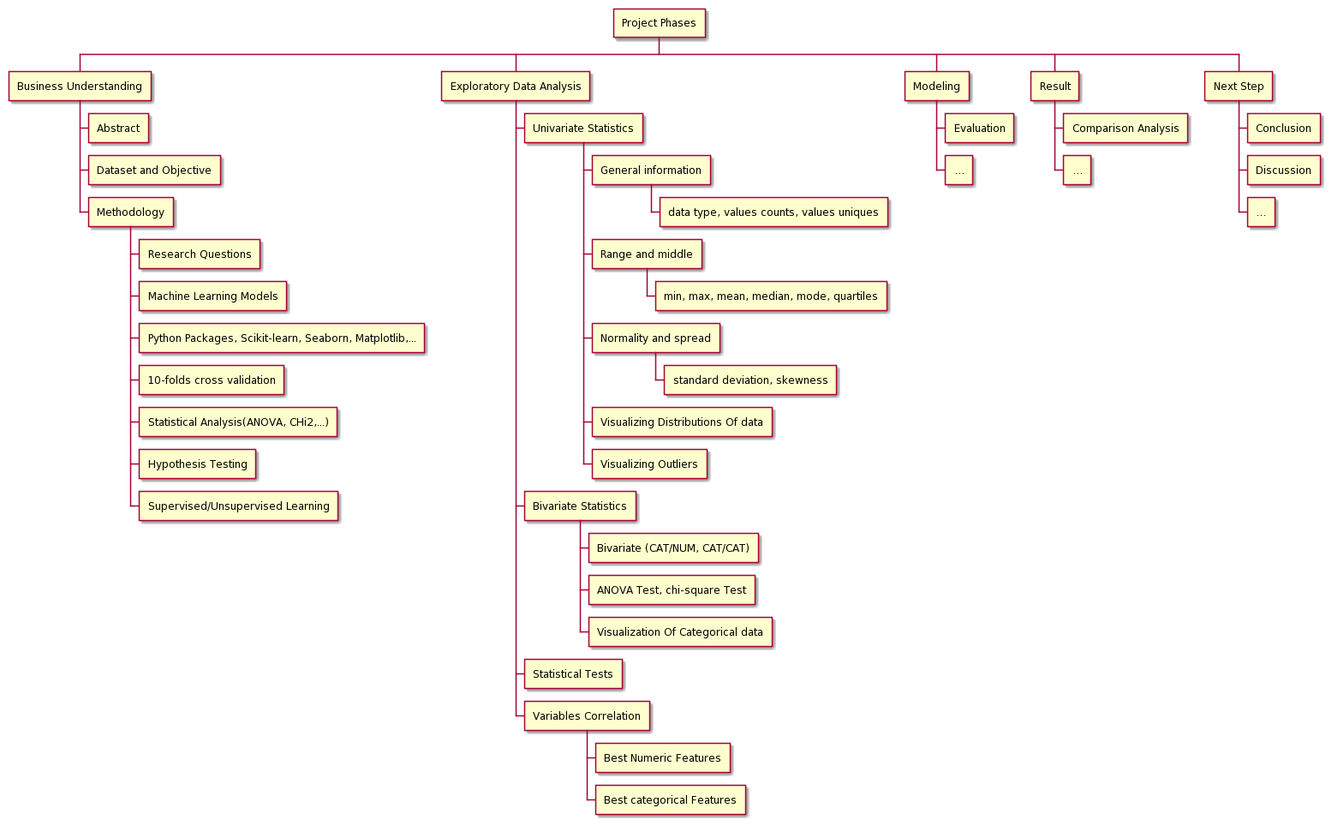
Above: Project Phases Graph.png in masram-ml/rpstry-bdap-occup-estmt- (PlantUML), before the change.
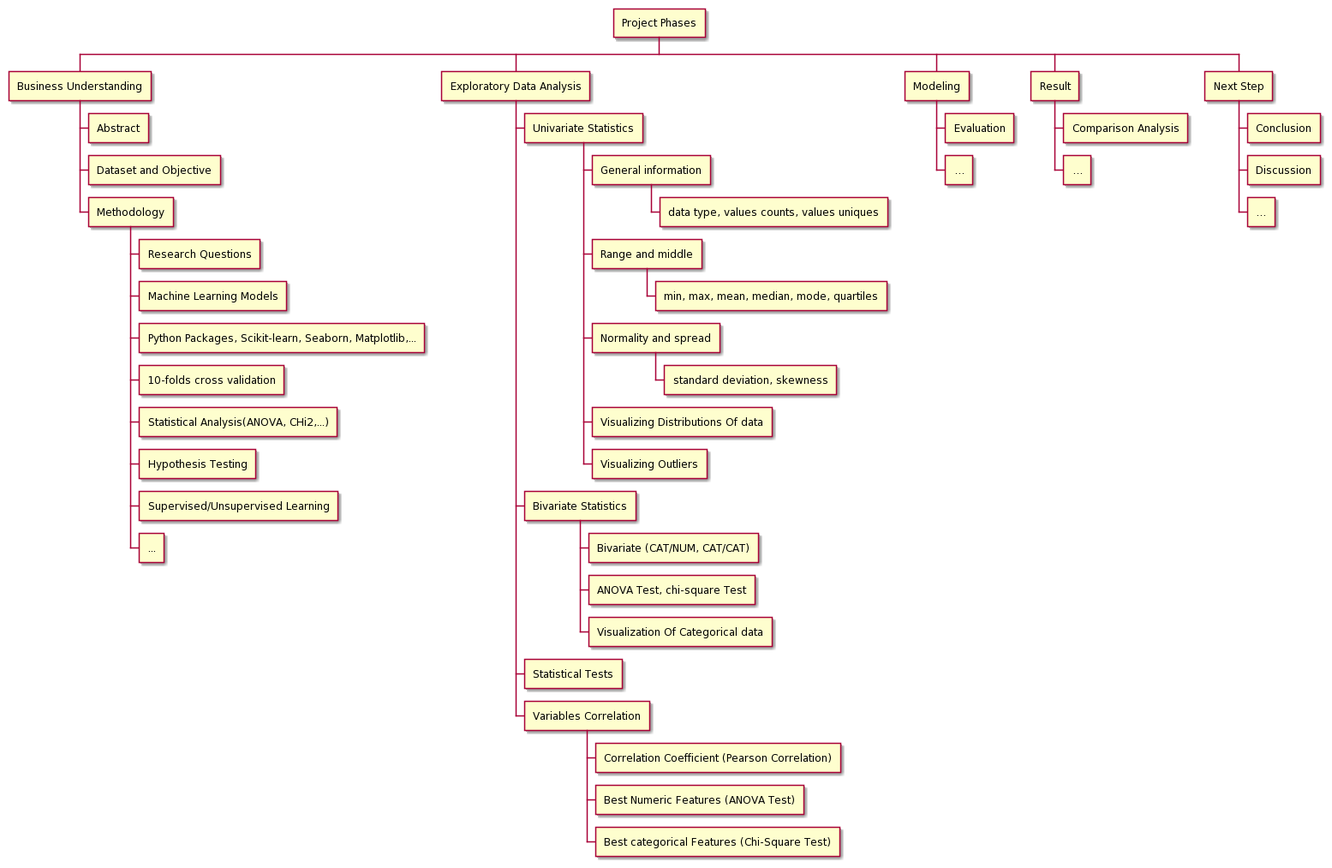
After the commit.

Diff of the diagram source:
```diff
@@ -14,6 +14,7 @@
 **** Statistical Analysis(ANOVA, CHi2,...)
 **** Hypothesis Testing
 **** Supervised/Unsupervised Learning
+**** ...
 ** Exploratory Data Analysis
 *** Univariate Statistics
 **** General information
@@ -30,8 +31,9 @@
 **** Visualization Of Categorical data
 *** Statistical Tests
 *** Variables Correlation
-**** Best Numeric Features
-**** Best categorical Features
+**** Correlation Coefficient (Pearson Correlation)
+**** Best Numeric Features (ANOVA Test)
+**** Best categorical Features (Chi-Square Test)
 ** Modeling
 *** Evaluation
 *** …
```
